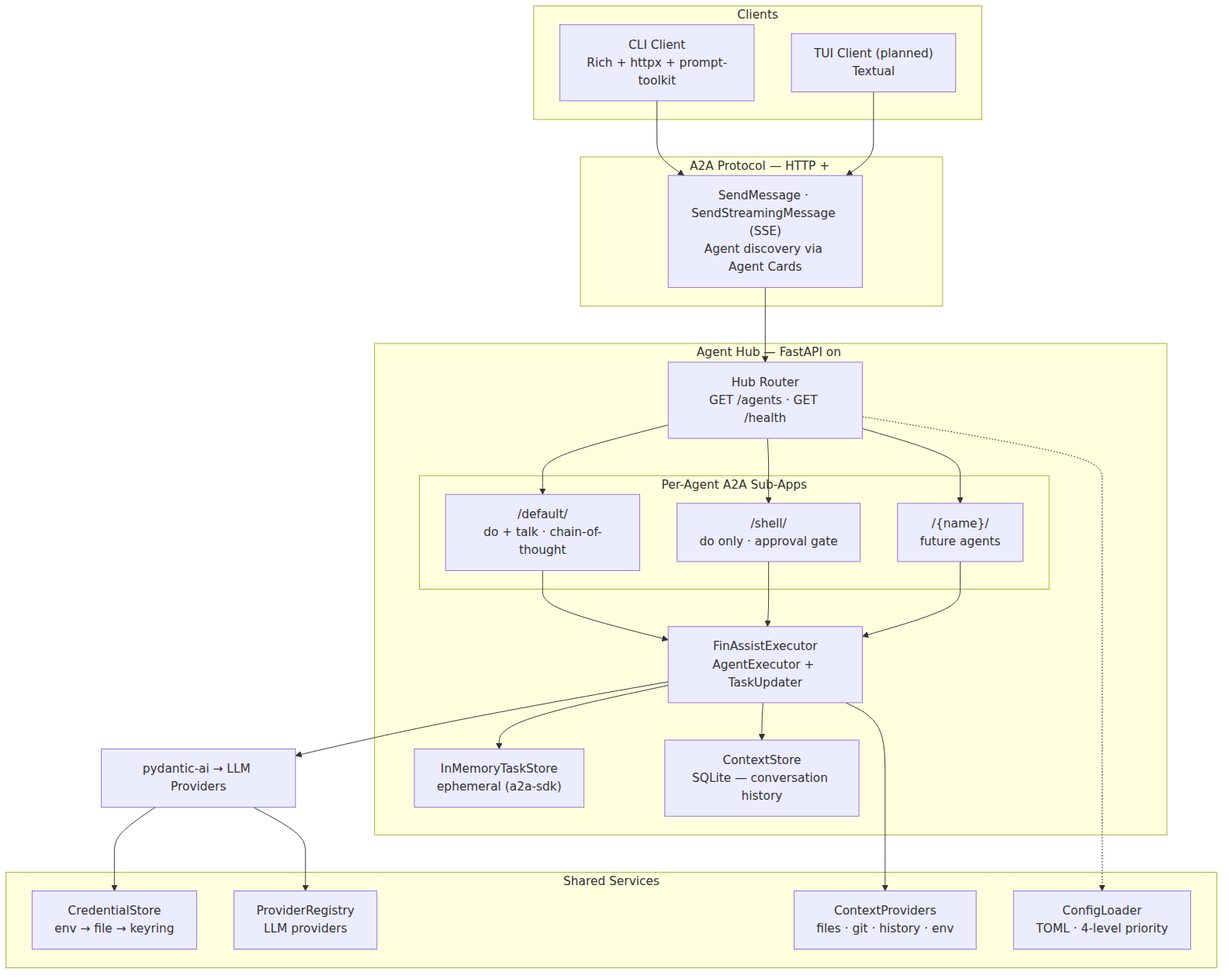
Earlier version of the Mermaid export docs/diagrams/system-architecture.png (ColeB1722/fin-assist). Its source is kept beside it as docs/diagrams/system-architecture.mmd.
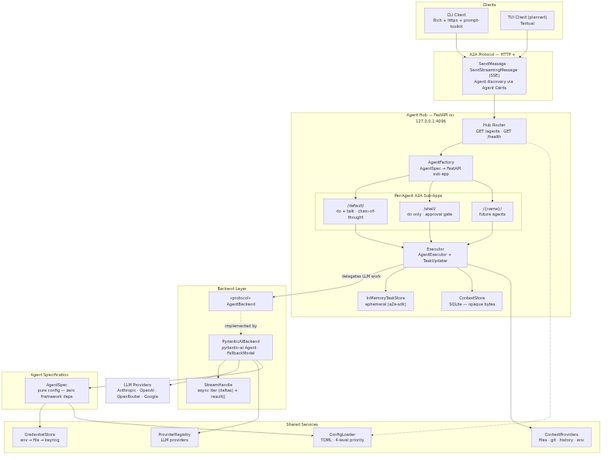
After the change.

Diff of the diagram source:
```diff
@@ -17,9 +17,20 @@
             F["/{name}/<br/>future agents"]
         end
 
-        EXEC["FinAssistExecutor<br/>AgentExecutor + TaskUpdater"]
+        FACTORY["AgentFactory<br/>AgentSpec → FastAPI sub-app"]
+        EXEC["Executor<br/>AgentExecutor + TaskUpdater"]
         TS["InMemoryTaskStore<br/>ephemeral (a2a-sdk)"]
-        CS["ContextStore<br/>SQLite — conversation history"]
+        CS["ContextStore<br/>SQLite — opaque bytes"]
+    end
+
+    subgraph "Backend Layer"
+        BEH["«protocol» AgentBackend"]
+        PAI["PydanticAIBackend<br/>pydantic-ai Agent · FallbackModel"]
+        SH["StreamHandle<br/>async iter (deltas) + result()"]
+    end
+
+    subgraph "Agent Specification"
+        SPEC["AgentSpec<br/>pure config — zero framework deps"]
     end
 
     subgraph "Shared Services"
@@ -29,15 +40,21 @@
         REG["ProviderRegistry<br/>LLM providers"]
     end
 
-    LLM["pydantic-ai → LLM Providers"]
+    LLM["LLM Providers<br/>Anthropic · OpenAI · OpenRouter · Google"]
 
     CLI --> RPC
     TUI --> RPC
     RPC --> HUB
-    HUB --> D & S & F
+    HUB --> FACTORY
+    FACTORY --> D & S & F
     D & S & F --> EXEC
-    EXEC --> LLM
+    EXEC -->|"delegates LLM work"| BEH
+    BEH -.->|"implemented by"| PAI
+    PAI --> SH
+    PAI --> LLM
+    PAI --> REG
     EXEC --> TS & CS
-    LLM --> CREDS & REG
+    PAI --> SPEC
     EXEC --> CTXP
     HUB -.-> CONFIG
+    SPEC --> CREDS & CONFIG
```
